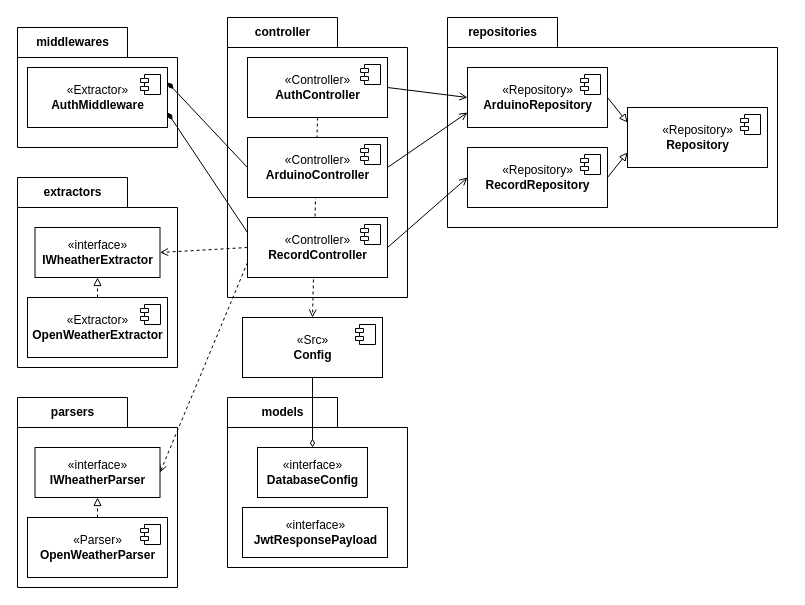
Above: api/docs/diagramas/Componentes de arquitetura.drawio in gustapinto/fatec_dsm_pi_quarto_semestre (draw.io), before the change. Source tidied: cells renumbered, new cells numbered last; positions are measured from the earlier drawing's top-left corner, leaving out a move shared by most shapes. Both pictures are drawn from the tidied source at 100%, with x=0, y=0 at pixel (17, 17).
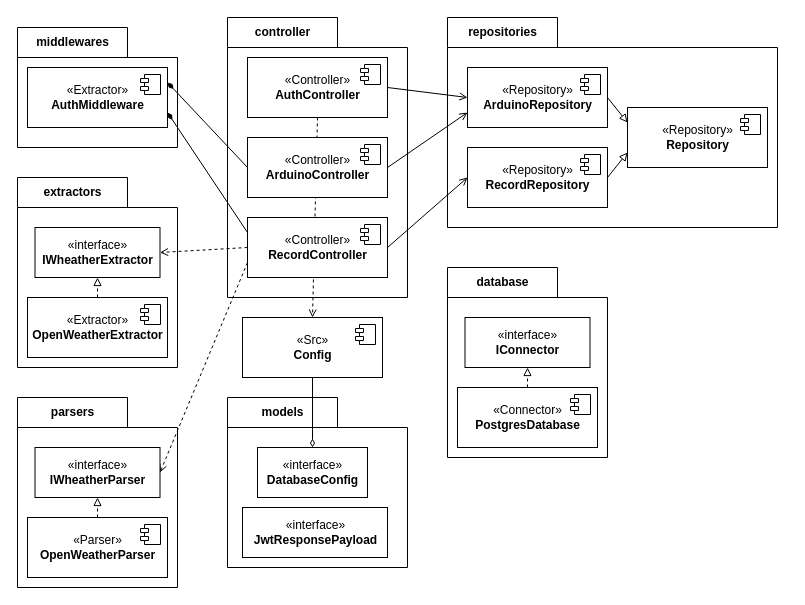
The same diagram, later.

Change to the diagram source:
```diff
@@
+    <mxCell id="47" value="database" style="shape=folder;fontStyle=1;tabWidth=110;tabHeight=30;tabPosition=left;html=1;boundedLbl=1;labelInHeader=1;" parent="1" vertex="1">
+      <mxGeometry x="430" y="250" width="160" height="190" as="geometry" />
+    </mxCell>
+    <mxCell id="48" value="&lt;div&gt;«interface»&lt;b&gt;&lt;br&gt;&lt;/b&gt;&lt;/div&gt;&lt;b&gt;IConnector&lt;/b&gt;" style="html=1;" parent="1" vertex="1">
+      <mxGeometry x="447.5" y="300" width="125" height="50" as="geometry" />
+    </mxCell>
+    <mxCell id="49" style="edgeStyle=none;rounded=0;jettySize=auto;html=1;exitX=0.5;exitY=0;exitDx=0;exitDy=0;entryX=0.5;entryY=1;entryDx=0;entryDy=0;endArrow=block;endFill=0;dashed=1;" parent="1" edge="1" source="50" target="48">
+      <mxGeometry relative="1" as="geometry" />
+    </mxCell>
+    <mxCell id="50" value="&lt;div&gt;«Connector»&lt;b&gt;&lt;br&gt;&lt;/b&gt;&lt;/div&gt;&lt;div&gt;&lt;b&gt;PostgresDatabase&lt;/b&gt;&lt;/div&gt;" style="html=1;" parent="1" vertex="1">
+      <mxGeometry x="440" y="370" width="140" height="60" as="geometry" />
+    </mxCell>
+    <mxCell id="51" style="shape=module;jettyWidth=8;jettyHeight=4;" parent="50" vertex="1">
+      <mxGeometry x="1" width="20" height="20" relative="1" as="geometry">
+        <mxPoint x="-27" y="7" as="offset" />
+      </mxGeometry>
+    </mxCell>
```
